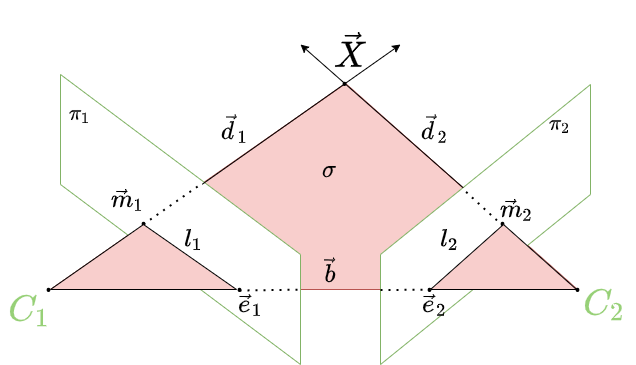
Before: graphics/epipolar.png, a diagram exported from draw.io (Myralllka/bachelor_thesis). Source tidied: cells renumbered, new cells last; positions are measured from the earlier drawing's top-left corner, leaving out a move shared by most shapes.
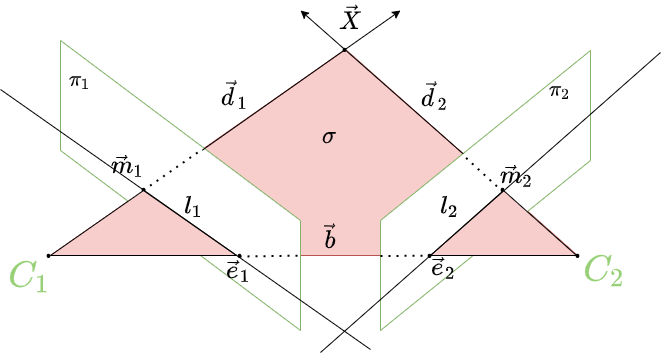
The same file after the commit.

What changed in the source:
```diff
@@ -76,7 +76,7 @@
     <mxCell id="21" value="$$C_2$$" style="text;html=1;strokeColor=none;fillColor=none;align=center;verticalAlign=middle;whiteSpace=wrap;rounded=0;fontSize=30;fontColor=#97D077;" parent="1" vertex="1">
       <mxGeometry x="575" y="252" width="60" height="30" as="geometry" />
     </mxCell>
-    <mxCell id="22" value="&lt;font color=&quot;#000000&quot;&gt;$$\vec{X}$$&lt;/font&gt;" style="text;html=1;strokeColor=none;fillColor=none;align=center;verticalAlign=middle;whiteSpace=wrap;rounded=0;fontSize=30;fontColor=#97D077;" parent="1" vertex="1">
+    <mxCell id="22" value="&lt;font style=&quot;font-size: 20px;&quot; color=&quot;#000000&quot;&gt;$$\vec{X}$$&lt;/font&gt;" style="text;html=1;strokeColor=none;fillColor=none;align=center;verticalAlign=middle;whiteSpace=wrap;rounded=0;fontSize=30;fontColor=#97D077;" parent="1" vertex="1">
       <mxGeometry x="320" width="60" height="30" as="geometry" />
     </mxCell>
     <mxCell id="23" value="&lt;font color=&quot;#000000&quot;&gt;&lt;span style=&quot;font-size: 20px&quot;&gt;&lt;i&gt;$$\vec{d}_1$$&lt;/i&gt;&lt;/span&gt;&lt;/font&gt;" style="text;html=1;strokeColor=none;fillColor=none;align=center;verticalAlign=middle;whiteSpace=wrap;rounded=0;fontSize=30;fontColor=#97D077;" parent="1" vertex="1">
@@ -101,10 +101,10 @@
       <mxGeometry x="487" y="157" width="60" height="30" as="geometry" />
     </mxCell>
     <mxCell id="30" value="&lt;font color=&quot;#000000&quot;&gt;&lt;span style=&quot;font-size: 20px&quot;&gt;$$\vec{e}_1$$&lt;/span&gt;&lt;/font&gt;" style="text;html=1;strokeColor=none;fillColor=none;align=center;verticalAlign=middle;whiteSpace=wrap;rounded=0;fontSize=30;fontColor=#97D077;" parent="1" vertex="1">
-      <mxGeometry x="221" y="252" width="60" height="30" as="geometry" />
+      <mxGeometry x="209" y="252" width="60" height="30" as="geometry" />
     </mxCell>
     <mxCell id="31" value="&lt;font color=&quot;#000000&quot;&gt;&lt;span style=&quot;font-size: 20px&quot;&gt;$$\vec{e}_2$$&lt;/span&gt;&lt;/font&gt;" style="text;html=1;strokeColor=none;fillColor=none;align=center;verticalAlign=middle;whiteSpace=wrap;rounded=0;fontSize=30;fontColor=#97D077;" parent="1" vertex="1">
-      <mxGeometry x="405" y="252" width="60" height="30" as="geometry" />
+      <mxGeometry x="414" y="249" width="60" height="30" as="geometry" />
     </mxCell>
     <mxCell id="32" value="&lt;div&gt;&lt;font color=&quot;#000000&quot; face=&quot;sans-serif&quot;&gt;&lt;span style=&quot;font-size: 16px&quot;&gt;$$\pi_1$$&lt;/span&gt;&lt;/font&gt;&lt;/div&gt;" style="text;html=1;strokeColor=none;fillColor=none;align=center;verticalAlign=middle;whiteSpace=wrap;rounded=0;fontSize=30;fontColor=#97D077;" parent="1" vertex="1">
       <mxGeometry x="50" y="62" width="60" height="30" as="geometry" />
@@ -115,5 +115,17 @@
     <mxCell id="34" value="&lt;font style=&quot;font-size: 21px&quot; color=&quot;#000000&quot;&gt;$$\sigma$$&lt;/font&gt;" style="text;html=1;strokeColor=none;fillColor=none;align=center;verticalAlign=middle;whiteSpace=wrap;rounded=0;fontSize=30;fontColor=#97D077;" parent="1" vertex="1">
       <mxGeometry x="299" y="117" width="60" height="30" as="geometry" />
     </mxCell>
+    <mxCell id="35" style="endArrow=none;html=1;rounded=0;" parent="1" edge="1">
+      <mxGeometry relative="1" as="geometry">
+        <mxPoint x="370" y="346" as="sourcePoint" />
+        <mxPoint y="86" as="targetPoint" />
+      </mxGeometry>
+    </mxCell>
+    <mxCell id="36" style="endArrow=none;html=1;rounded=0;" parent="1" edge="1">
+      <mxGeometry relative="1" as="geometry">
+        <mxPoint x="320" y="349" as="sourcePoint" />
+        <mxPoint x="660" y="49" as="targetPoint" />
+      </mxGeometry>
+    </mxCell>
   </root>
 </mxGraphModel>
```
